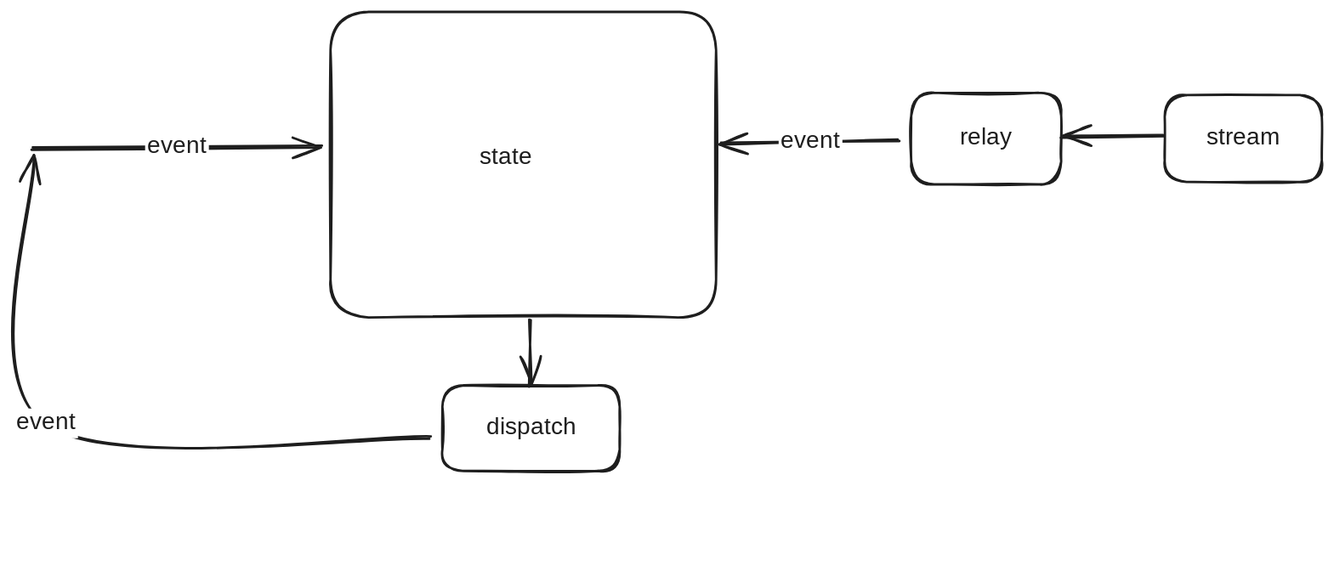
The Excalidraw diagram image/model.excalidraw.svg in BoxMeApp/cms, before a commit. Source tidied: one line per element, renumbered; positions are measured from the earlier drawing's top-left corner, leaving out a move shared by most shapes. The source it was exported from:
```json
{"id": 0, "type": "rectangle", "strokeColor": "#1e1e1e", "strokeWidth": 2, "roughness": 1, "round": true, "x": 266, "y": 0, "width": 324, "height": 257}
{"id": 1, "type": "rectangle", "strokeColor": "#1e1e1e", "strokeWidth": 2, "roughness": 1, "round": true, "x": 754, "y": 68, "width": 126, "height": 77}
{"id": 2, "type": "text", "text": "relay", "strokeColor": "#1e1e1e", "strokeWidth": 2, "roughness": 1, "fontSize": 20, "fontFamily": 5, "textAlign": "center", "verticalAlign": "middle", "inside": 1, "x": 794, "y": 94, "width": 45, "height": 25}
{"id": 3, "type": "arrow", "strokeColor": "#1e1e1e", "strokeWidth": 2, "roughness": 1, "endArrowhead": "arrow", "round": true, "from": 1, "to": 0, "x": 744, "y": 109, "width": 149, "height": 1, "points": [[0, 0], [-149, 1]]}
{"id": 4, "type": "text", "text": "event", "strokeColor": "#1e1e1e", "strokeWidth": 2, "roughness": 1, "fontSize": 20, "fontFamily": 5, "textAlign": "center", "verticalAlign": "middle", "inside": 3, "x": 629, "y": 119, "width": 54, "height": 25}
{"id": 5, "type": "text", "text": "state", "strokeColor": "#1e1e1e", "strokeWidth": 2, "roughness": 1, "fontSize": 20, "fontFamily": 5, "x": 391, "y": 110, "width": 55, "height": 25}
{"id": 6, "type": "arrow", "strokeColor": "#1e1e1e", "strokeWidth": 2, "roughness": 1, "endArrowhead": "arrow", "round": true, "to": 0, "x": 15, "y": 115, "width": 244, "height": 3, "points": [[0, 0], [244, -3]]}
{"id": 7, "type": "text", "text": "event", "strokeColor": "#1e1e1e", "strokeWidth": 2, "roughness": 1, "fontSize": 20, "fontFamily": 5, "textAlign": "center", "verticalAlign": "middle", "inside": 6, "x": 76, "y": 110, "width": 54, "height": 25}
{"id": 8, "type": "rectangle", "strokeColor": "#1e1e1e", "strokeWidth": 2, "roughness": 1, "round": true, "x": 360, "y": 314, "width": 149, "height": 72}
{"id": 9, "type": "text", "text": "dispatch", "strokeColor": "#1e1e1e", "strokeWidth": 2, "roughness": 1, "fontSize": 20, "fontFamily": 5, "textAlign": "center", "verticalAlign": "middle", "inside": 8, "x": 393, "y": 338, "width": 83, "height": 25}
{"id": 10, "type": "arrow", "strokeColor": "#1e1e1e", "strokeWidth": 2, "roughness": 1, "endArrowhead": "arrow", "round": true, "from": 0, "to": 8, "x": 434, "y": 258, "width": 0, "height": 57, "points": [[0, 0], [0, 57]]}
{"id": 11, "type": "arrow", "strokeColor": "#1e1e1e", "strokeWidth": 2, "roughness": 1, "endArrowhead": "arrow", "round": true, "from": 8, "x": 350, "y": 358, "width": 333, "height": 236, "points": [[0, 0], [-323, -12], [-333, -236]]}
{"id": 12, "type": "text", "text": "event", "strokeColor": "#1e1e1e", "strokeWidth": 2, "roughness": 1, "fontSize": 20, "fontFamily": 5, "textAlign": "center", "verticalAlign": "middle", "inside": 11, "x": 0, "y": 334, "width": 54, "height": 25}
{"id": 13, "type": "rectangle", "strokeColor": "#1e1e1e", "strokeWidth": 2, "roughness": 1, "round": true, "x": 967, "y": 70, "width": 132, "height": 73}
{"id": 14, "type": "text", "text": "stream", "strokeColor": "#1e1e1e", "strokeWidth": 2, "roughness": 1, "fontSize": 20, "fontFamily": 5, "textAlign": "center", "verticalAlign": "middle", "inside": 13, "x": 1000, "y": 94, "width": 65, "height": 25}
{"id": 15, "type": "arrow", "strokeColor": "#1e1e1e", "strokeWidth": 2, "roughness": 1, "endArrowhead": "arrow", "round": true, "from": 13, "to": 1, "x": 966, "y": 105, "width": 85, "height": 0, "points": [[0, 0], [-85, 0]]}
```
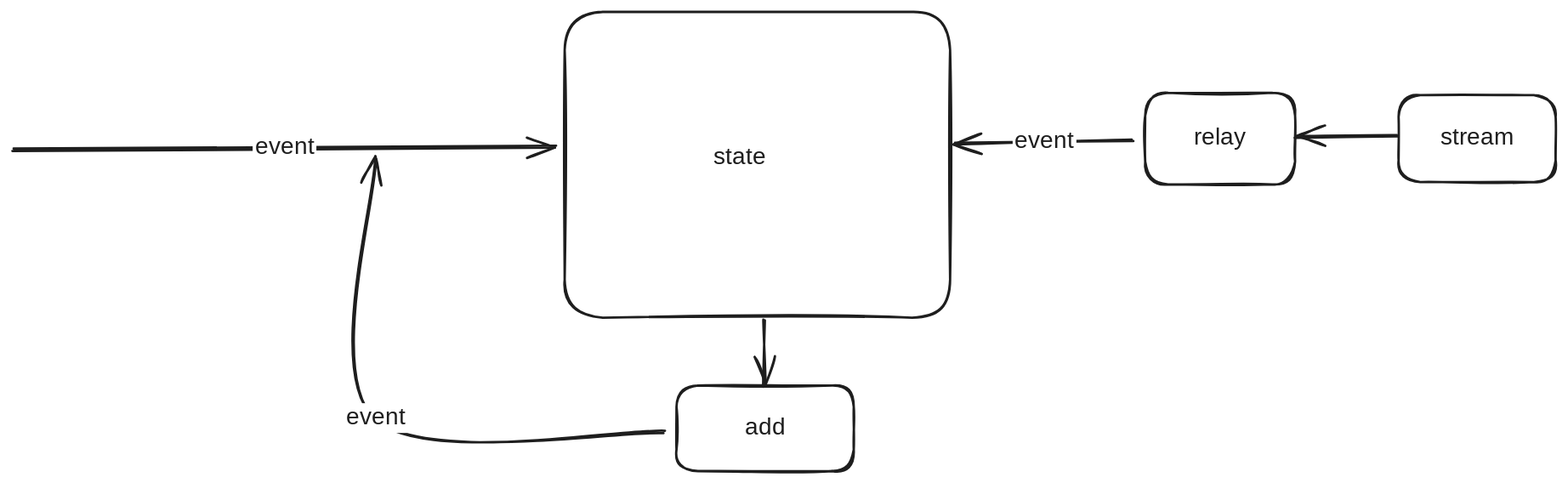
After the change.

Change to the diagram source:
```diff
@@ -4,12 +4,12 @@
 {"id": 3, "type": "arrow", "strokeColor": "#1e1e1e", "strokeWidth": 2, "roughness": 1, "endArrowhead": "arrow", "round": true, "from": 1, "to": 0, "x": 744, "y": 109, "width": 149, "height": 1, "points": [[0, 0], [-149, 1]]}
 {"id": 4, "type": "text", "text": "event", "strokeColor": "#1e1e1e", "strokeWidth": 2, "roughness": 1, "fontSize": 20, "fontFamily": 5, "textAlign": "center", "verticalAlign": "middle", "inside": 3, "x": 629, "y": 119, "width": 54, "height": 25}
 {"id": 5, "type": "text", "text": "state", "strokeColor": "#1e1e1e", "strokeWidth": 2, "roughness": 1, "fontSize": 20, "fontFamily": 5, "x": 391, "y": 110, "width": 55, "height": 25}
-{"id": 6, "type": "arrow", "strokeColor": "#1e1e1e", "strokeWidth": 2, "roughness": 1, "endArrowhead": "arrow", "round": true, "to": 0, "x": 15, "y": 115, "width": 244, "height": 3, "points": [[0, 0], [244, -3]]}
+{"id": 6, "type": "arrow", "strokeColor": "#1e1e1e", "strokeWidth": 2, "roughness": 1, "endArrowhead": "arrow", "round": true, "to": 0, "x": -198, "y": 116, "width": 457, "height": 4, "points": [[0, 0], [457, -4]]}
 {"id": 7, "type": "text", "text": "event", "strokeColor": "#1e1e1e", "strokeWidth": 2, "roughness": 1, "fontSize": 20, "fontFamily": 5, "textAlign": "center", "verticalAlign": "middle", "inside": 6, "x": 76, "y": 110, "width": 54, "height": 25}
 {"id": 8, "type": "rectangle", "strokeColor": "#1e1e1e", "strokeWidth": 2, "roughness": 1, "round": true, "x": 360, "y": 314, "width": 149, "height": 72}
-{"id": 9, "type": "text", "text": "dispatch", "strokeColor": "#1e1e1e", "strokeWidth": 2, "roughness": 1, "fontSize": 20, "fontFamily": 5, "textAlign": "center", "verticalAlign": "middle", "inside": 8, "x": 393, "y": 338, "width": 83, "height": 25}
+{"id": 9, "type": "text", "text": "add", "strokeColor": "#1e1e1e", "strokeWidth": 2, "roughness": 1, "fontSize": 20, "fontFamily": 5, "textAlign": "center", "verticalAlign": "middle", "inside": 8, "x": 416, "y": 338, "width": 36, "height": 25}
 {"id": 10, "type": "arrow", "strokeColor": "#1e1e1e", "strokeWidth": 2, "roughness": 1, "endArrowhead": "arrow", "round": true, "from": 0, "to": 8, "x": 434, "y": 258, "width": 0, "height": 57, "points": [[0, 0], [0, 57]]}
-{"id": 11, "type": "arrow", "strokeColor": "#1e1e1e", "strokeWidth": 2, "roughness": 1, "endArrowhead": "arrow", "round": true, "from": 8, "x": 350, "y": 358, "width": 333, "height": 236, "points": [[0, 0], [-323, -12], [-333, -236]]}
+{"id": 11, "type": "arrow", "strokeColor": "#1e1e1e", "strokeWidth": 2, "roughness": 1, "endArrowhead": "arrow", "round": true, "from": 8, "x": 350, "y": 353, "width": 243, "height": 230, "points": [[0, 0], [-243, -12], [-243, -230]]}
 {"id": 12, "type": "text", "text": "event", "strokeColor": "#1e1e1e", "strokeWidth": 2, "roughness": 1, "fontSize": 20, "fontFamily": 5, "textAlign": "center", "verticalAlign": "middle", "inside": 11, "x": 0, "y": 334, "width": 54, "height": 25}
 {"id": 13, "type": "rectangle", "strokeColor": "#1e1e1e", "strokeWidth": 2, "roughness": 1, "round": true, "x": 967, "y": 70, "width": 132, "height": 73}
 {"id": 14, "type": "text", "text": "stream", "strokeColor": "#1e1e1e", "strokeWidth": 2, "roughness": 1, "fontSize": 20, "fontFamily": 5, "textAlign": "center", "verticalAlign": "middle", "inside": 13, "x": 1000, "y": 94, "width": 65, "height": 25}
```
